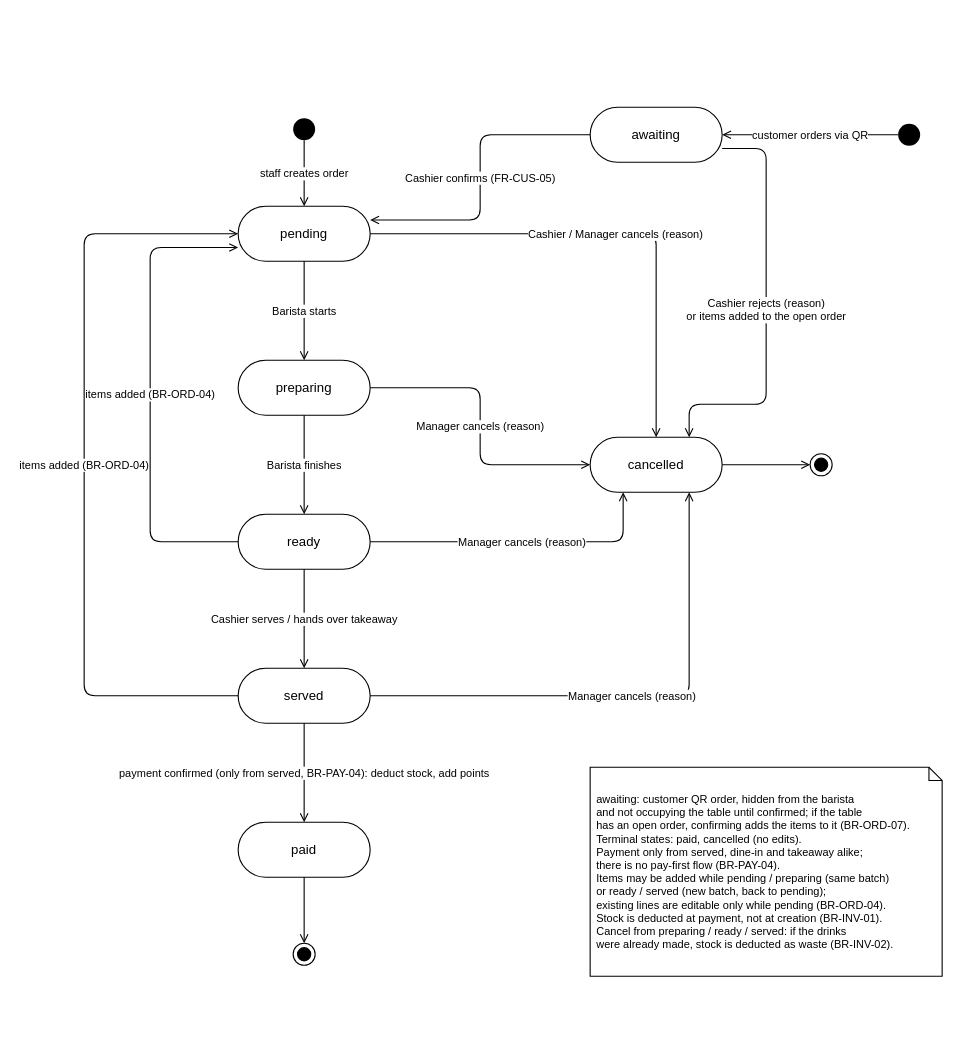
The draw.io diagram diagrams/order-state-machine.drawio in huytran303/project-prm393, before the edit. Source tidied: cells renumbered, new cells numbered last; positions are measured from the earlier drawing's top-left corner, leaving out a move shared by most shapes. Both pictures are drawn from the tidied source at 110%, with x=0, y=0 at pixel (84, 107).
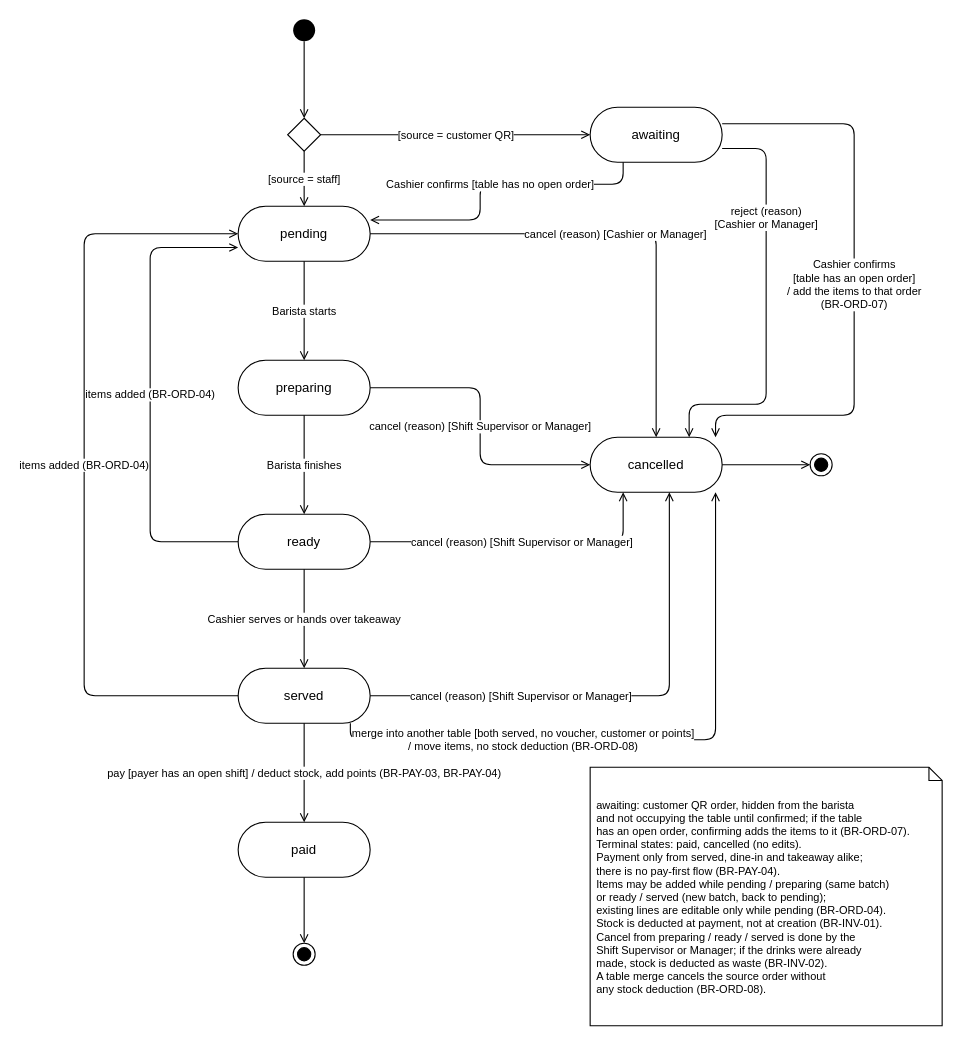
After the change.

Commit message (it also covers changes not shown here):
Apply SRS review fixes and redraw business diagrams in UML

Unchanged cells that the change refers to:
```xml
<mxCell id="3" value="pending" style="rounded=1;arcSize=50;whiteSpace=wrap;html=1;strokeWidth=1;fillColor=#ffffff;fontSize=12;" parent="1" vertex="1">
  <mxGeometry x="140" y="90" width="120" height="50" as="geometry" />
</mxCell>
<mxCell id="4" value="preparing" style="rounded=1;arcSize=50;whiteSpace=wrap;html=1;strokeWidth=1;fillColor=#ffffff;fontSize=12;" parent="1" vertex="1">
  <mxGeometry x="140" y="230" width="120" height="50" as="geometry" />
</mxCell>
<mxCell id="5" value="ready" style="rounded=1;arcSize=50;whiteSpace=wrap;html=1;strokeWidth=1;fillColor=#ffffff;fontSize=12;" parent="1" vertex="1">
  <mxGeometry x="140" y="370" width="120" height="50" as="geometry" />
</mxCell>
<mxCell id="6" value="served" style="rounded=1;arcSize=50;whiteSpace=wrap;html=1;strokeWidth=1;fillColor=#ffffff;fontSize=12;" parent="1" vertex="1">
  <mxGeometry x="140" y="510" width="120" height="50" as="geometry" />
</mxCell>
<mxCell id="7" value="paid" style="rounded=1;arcSize=50;whiteSpace=wrap;html=1;strokeWidth=1;fillColor=#ffffff;fontSize=12;" parent="1" vertex="1">
  <mxGeometry x="140" y="650" width="120" height="50" as="geometry" />
</mxCell>
<mxCell id="9" value="cancelled" style="rounded=1;arcSize=50;whiteSpace=wrap;html=1;strokeWidth=1;fillColor=#ffffff;fontSize=12;" parent="1" vertex="1">
  <mxGeometry x="460" y="300" width="120" height="50" as="geometry" />
</mxCell>
<mxCell id="25" value="awaiting" style="rounded=1;arcSize=50;whiteSpace=wrap;html=1;strokeWidth=1;fillColor=#ffffff;fontSize=12;" parent="1" vertex="1">
  <mxGeometry x="460" width="120" height="50" as="geometry" />
</mxCell>
```

Change to the diagram source:
```diff
@@
     <mxCell id="2" style="ellipse;fillColor=#000000;strokeColor=none;" parent="1" vertex="1">
-      <mxGeometry x="190" y="10" width="20" height="20" as="geometry" />
+      <mxGeometry x="190" y="-80" width="20" height="20" as="geometry" />
     </mxCell>
@@
-    <mxCell id="11" value="staff creates order" style="edgeStyle=orthogonalEdgeStyle;rounded=1;html=1;strokeWidth=1;endArrow=open;endFill=0;fontSize=10;labelBackgroundColor=#ffffff;" parent="1" edge="1" source="2" target="3">
-      <mxGeometry relative="1" as="geometry" />
-    </mxCell>
@@
-    <mxCell id="14" value="Cashier serves / hands over takeaway" style="edgeStyle=orthogonalEdgeStyle;rounded=1;html=1;strokeWidth=1;endArrow=open;endFill=0;fontSize=10;labelBackgroundColor=#ffffff;" parent="1" edge="1" source="5" target="6">
+    <mxCell id="14" value="Cashier serves or hands over takeaway" style="edgeStyle=orthogonalEdgeStyle;rounded=1;html=1;strokeWidth=1;endArrow=open;endFill=0;fontSize=10;labelBackgroundColor=#ffffff;" parent="1" edge="1" source="5" target="6">
       <mxGeometry relative="1" as="geometry" />
     </mxCell>
-    <mxCell id="15" value="payment confirmed (only from served, BR-PAY-04): deduct stock, add points" style="edgeStyle=orthogonalEdgeStyle;rounded=1;html=1;strokeWidth=1;endArrow=open;endFill=0;fontSize=10;labelBackgroundColor=#ffffff;" parent="1" edge="1" source="6" target="7">
+    <mxCell id="15" value="pay [payer has an open shift] / deduct stock, add points (BR-PAY-03, BR-PAY-04)" style="edgeStyle=orthogonalEdgeStyle;rounded=1;html=1;strokeWidth=1;endArrow=open;endFill=0;fontSize=10;labelBackgroundColor=#ffffff;" parent="1" edge="1" source="6" target="7">
       <mxGeometry relative="1" as="geometry" />
     </mxCell>
@@
-    <mxCell id="17" value="Cashier / Manager cancels (reason)" style="edgeStyle=orthogonalEdgeStyle;rounded=1;html=1;strokeWidth=1;endArrow=open;endFill=0;fontSize=10;labelBackgroundColor=#ffffff;exitX=1;exitY=0.5;exitDx=0;exitDy=0;entryX=0.5;entryY=0;entryDx=0;entryDy=0;" parent="1" edge="1" source="3" target="9">
+    <mxCell id="17" value="cancel (reason) [Cashier or Manager]" style="edgeStyle=orthogonalEdgeStyle;rounded=1;html=1;strokeWidth=1;endArrow=open;endFill=0;fontSize=10;labelBackgroundColor=#ffffff;exitX=1;exitY=0.5;exitDx=0;exitDy=0;entryX=0.5;entryY=0;entryDx=0;entryDy=0;" parent="1" edge="1" source="3" target="9">
       <mxGeometry relative="1" as="geometry" />
     </mxCell>
-    <mxCell id="18" value="Manager cancels (reason)" style="edgeStyle=orthogonalEdgeStyle;rounded=1;html=1;strokeWidth=1;endArrow=open;endFill=0;fontSize=10;labelBackgroundColor=#ffffff;exitX=1;exitY=0.5;exitDx=0;exitDy=0;entryX=0;entryY=0.5;entryDx=0;entryDy=0;" parent="1" edge="1" source="4" target="9">
+    <mxCell id="18" value="cancel (reason) [Shift Supervisor or Manager]" style="edgeStyle=orthogonalEdgeStyle;rounded=1;html=1;strokeWidth=1;endArrow=open;endFill=0;fontSize=10;labelBackgroundColor=#ffffff;exitX=1;exitY=0.5;exitDx=0;exitDy=0;entryX=0;entryY=0.5;entryDx=0;entryDy=0;" parent="1" edge="1" source="4" target="9">
       <mxGeometry relative="1" as="geometry" />
     </mxCell>
@@
-    <mxCell id="21" value="awaiting: customer QR order, hidden from the barista&lt;br&gt;and not occupying the table until confirmed; if the table&lt;br&gt;has an open order, confirming adds the items to it (BR-ORD-07).&lt;br&gt;Terminal states: paid, cancelled (no edits).&lt;br&gt;Payment only from served, dine-in and takeaway alike;&lt;br&gt;there is no pay-first flow (BR-PAY-04).&lt;br&gt;Items may be added while pending / preparing (same batch)&lt;br&gt;or ready / served (new batch, back to pending);&lt;br&gt;existing lines are editable only while pending (BR-ORD-04).&lt;br&gt;Stock is deducted at payment, not at creation (BR-INV-01).&lt;br&gt;Cancel from preparing / ready / served: if the drinks&lt;br&gt;were already made, stock is deducted as waste (BR-INV-02)." style="shape=note;size=12;whiteSpace=wrap;html=1;strokeWidth=1;fillColor=#ffffff;fontSize=10;align=left;spacing=6;" parent="1" vertex="1">
-      <mxGeometry x="460" y="600" width="320" height="190" as="geometry" />
+    <mxCell id="21" value="awaiting: customer QR order, hidden from the barista&lt;br&gt;and not occupying the table until confirmed; if the table&lt;br&gt;has an open order, confirming adds the items to it (BR-ORD-07).&lt;br&gt;Terminal states: paid, cancelled (no edits).&lt;br&gt;Payment only from served, dine-in and takeaway alike;&lt;br&gt;there is no pay-first flow (BR-PAY-04).&lt;br&gt;Items may be added while pending / preparing (same batch)&lt;br&gt;or ready / served (new batch, back to pending);&lt;br&gt;existing lines are editable only while pending (BR-ORD-04).&lt;br&gt;Stock is deducted at payment, not at creation (BR-INV-01).&lt;br&gt;Cancel from preparing / ready / served is done by the&lt;br&gt;Shift Supervisor or Manager; if the drinks were already&lt;br&gt;made, stock is deducted as waste (BR-INV-02).&lt;br&gt;A table merge cancels the source order without&lt;br&gt;any stock deduction (BR-ORD-08)." style="shape=note;size=12;whiteSpace=wrap;html=1;strokeWidth=1;fillColor=#ffffff;fontSize=10;align=left;spacing=6;" parent="1" vertex="1">
+      <mxGeometry x="460" y="600" width="320" height="235" as="geometry" />
     </mxCell>
-    <mxCell id="22" value="Manager cancels (reason)" style="edgeStyle=orthogonalEdgeStyle;rounded=1;html=1;strokeWidth=1;endArrow=open;endFill=0;fontSize=10;labelBackgroundColor=#ffffff;exitX=1;exitY=0.5;exitDx=0;exitDy=0;entryX=0.25;entryY=1;entryDx=0;entryDy=0;" parent="1" edge="1" source="5" target="9">
+    <mxCell id="22" value="cancel (reason) [Shift Supervisor or Manager]" style="edgeStyle=orthogonalEdgeStyle;rounded=1;html=1;strokeWidth=1;endArrow=open;endFill=0;fontSize=10;labelBackgroundColor=#ffffff;exitX=1;exitY=0.5;exitDx=0;exitDy=0;entryX=0.25;entryY=1;entryDx=0;entryDy=0;" parent="1" edge="1" source="5" target="9">
       <mxGeometry relative="1" as="geometry" />
     </mxCell>
-    <mxCell id="23" value="Manager cancels (reason)" style="edgeStyle=orthogonalEdgeStyle;rounded=1;html=1;strokeWidth=1;endArrow=open;endFill=0;fontSize=10;labelBackgroundColor=#ffffff;exitX=1;exitY=0.5;exitDx=0;exitDy=0;entryX=0.75;entryY=1;entryDx=0;entryDy=0;" parent="1" edge="1" source="6" target="9">
-      <mxGeometry relative="1" as="geometry" />
+    <mxCell id="23" value="cancel (reason) [Shift Supervisor or Manager]" style="edgeStyle=orthogonalEdgeStyle;rounded=1;html=1;strokeWidth=1;endArrow=open;endFill=0;fontSize=10;labelBackgroundColor=#ffffff;exitX=1;exitY=0.5;exitDx=0;exitDy=0;entryX=0.6;entryY=1;entryDx=0;entryDy=0;" parent="1" edge="1" source="6" target="9">
+      <mxGeometry x="-0.4" relative="1" as="geometry" />
     </mxCell>
-    <mxCell id="24" style="ellipse;fillColor=#000000;strokeColor=none;" parent="1" vertex="1">
-      <mxGeometry x="740" y="15" width="20" height="20" as="geometry" />
-    </mxCell>
@@
-    <mxCell id="26" value="customer orders via QR" style="edgeStyle=orthogonalEdgeStyle;rounded=1;html=1;strokeWidth=1;endArrow=open;endFill=0;fontSize=10;labelBackgroundColor=#ffffff;" parent="1" edge="1" source="24" target="25">
-      <mxGeometry relative="1" as="geometry" />
-    </mxCell>
-    <mxCell id="27" value="Cashier confirms (FR-CUS-05)" style="edgeStyle=orthogonalEdgeStyle;rounded=1;html=1;strokeWidth=1;endArrow=open;endFill=0;fontSize=10;labelBackgroundColor=#ffffff;exitX=0;exitY=0.5;exitDx=0;exitDy=0;entryX=1;entryY=0.25;entryDx=0;entryDy=0;" parent="1" edge="1" source="25" target="3">
+    <mxCell id="27" value="Cashier confirms [table has no open order]" style="edgeStyle=orthogonalEdgeStyle;rounded=1;html=1;strokeWidth=1;endArrow=open;endFill=0;fontSize=10;labelBackgroundColor=#ffffff;exitX=0.25;exitY=1;exitDx=0;exitDy=0;entryX=1;entryY=0.25;entryDx=0;entryDy=0;" parent="1" edge="1" source="25" target="3">
       <mxGeometry relative="1" as="geometry">
         <Array as="points">
-          <mxPoint x="360" y="25" />
+          <mxPoint x="490" y="70" />
+          <mxPoint x="360" y="70" />
           <mxPoint x="360" y="102" />
         </Array>
       </mxGeometry>
     </mxCell>
-    <mxCell id="28" value="Cashier rejects (reason)&lt;br&gt;or items added to the open order" style="edgeStyle=orthogonalEdgeStyle;rounded=1;html=1;strokeWidth=1;endArrow=open;endFill=0;fontSize=10;labelBackgroundColor=#ffffff;exitX=1;exitY=0.75;exitDx=0;exitDy=0;entryX=0.75;entryY=0;entryDx=0;entryDy=0;" parent="1" edge="1" source="25" target="9">
-      <mxGeometry relative="1" as="geometry">
+    <mxCell id="28" value="reject (reason)&lt;br&gt;[Cashier or Manager]" style="edgeStyle=orthogonalEdgeStyle;rounded=1;html=1;strokeWidth=1;endArrow=open;endFill=0;fontSize=10;labelBackgroundColor=#ffffff;exitX=1;exitY=0.75;exitDx=0;exitDy=0;entryX=0.75;entryY=0;entryDx=0;entryDy=0;" parent="1" edge="1" source="25" target="9">
+      <mxGeometry x="-0.45" relative="1" as="geometry">
         <Array as="points">
           <mxPoint x="620" y="38" />
           <mxPoint x="620" y="270" />
           <mxPoint x="550" y="270" />
         </Array>
       </mxGeometry>
     </mxCell>
@@
+    <mxCell id="30" style="rhombus;html=1;fillColor=#ffffff;strokeColor=#000000;" parent="1" vertex="1">
+      <mxGeometry x="185" y="10" width="30" height="30" as="geometry" />
+    </mxCell>
+    <mxCell id="31" style="edgeStyle=orthogonalEdgeStyle;rounded=1;html=1;strokeWidth=1;endArrow=open;endFill=0;fontSize=10;labelBackgroundColor=#ffffff;" parent="1" edge="1" source="2" target="30">
+      <mxGeometry relative="1" as="geometry" />
+    </mxCell>
+    <mxCell id="11" value="[source = staff]" style="edgeStyle=orthogonalEdgeStyle;rounded=1;html=1;strokeWidth=1;endArrow=open;endFill=0;fontSize=10;labelBackgroundColor=#ffffff;" parent="1" edge="1" source="30" target="3">
+      <mxGeometry relative="1" as="geometry" />
+    </mxCell>
+    <mxCell id="26" value="[source = customer QR]" style="edgeStyle=orthogonalEdgeStyle;rounded=1;html=1;strokeWidth=1;endArrow=open;endFill=0;fontSize=10;labelBackgroundColor=#ffffff;exitX=1;exitY=0.5;exitDx=0;exitDy=0;entryX=0;entryY=0.5;entryDx=0;entryDy=0;" parent="1" edge="1" source="30" target="25">
+      <mxGeometry relative="1" as="geometry" />
+    </mxCell>
+    <mxCell id="32" value="Cashier confirms&lt;br&gt;[table has an open order]&lt;br&gt;/ add the items to that order&lt;br&gt;(BR-ORD-07)" style="edgeStyle=orthogonalEdgeStyle;rounded=1;html=1;strokeWidth=1;endArrow=open;endFill=0;fontSize=10;labelBackgroundColor=#ffffff;exitX=1;exitY=0.3;exitDx=0;exitDy=0;entryX=0.95;entryY=0;entryDx=0;entryDy=0;" parent="1" edge="1" source="25" target="9">
+      <mxGeometry relative="1" as="geometry">
+        <Array as="points">
+          <mxPoint x="700" y="15" />
+          <mxPoint x="700" y="280" />
+          <mxPoint x="574" y="280" />
+        </Array>
+      </mxGeometry>
+    </mxCell>
+    <mxCell id="33" value="merge into another table [both served, no voucher, customer or points]&lt;br&gt;/ move items, no stock deduction (BR-ORD-08)" style="edgeStyle=orthogonalEdgeStyle;rounded=1;html=1;strokeWidth=1;endArrow=open;endFill=0;fontSize=10;labelBackgroundColor=#ffffff;exitX=0.85;exitY=1;exitDx=0;exitDy=0;entryX=0.95;entryY=1;entryDx=0;entryDy=0;" parent="1" edge="1" source="6" target="9">
+      <mxGeometry x="-0.4" relative="1" as="geometry">
+        <Array as="points">
+          <mxPoint x="242" y="575" />
+          <mxPoint x="574" y="575" />
+        </Array>
+      </mxGeometry>
+    </mxCell>
```
